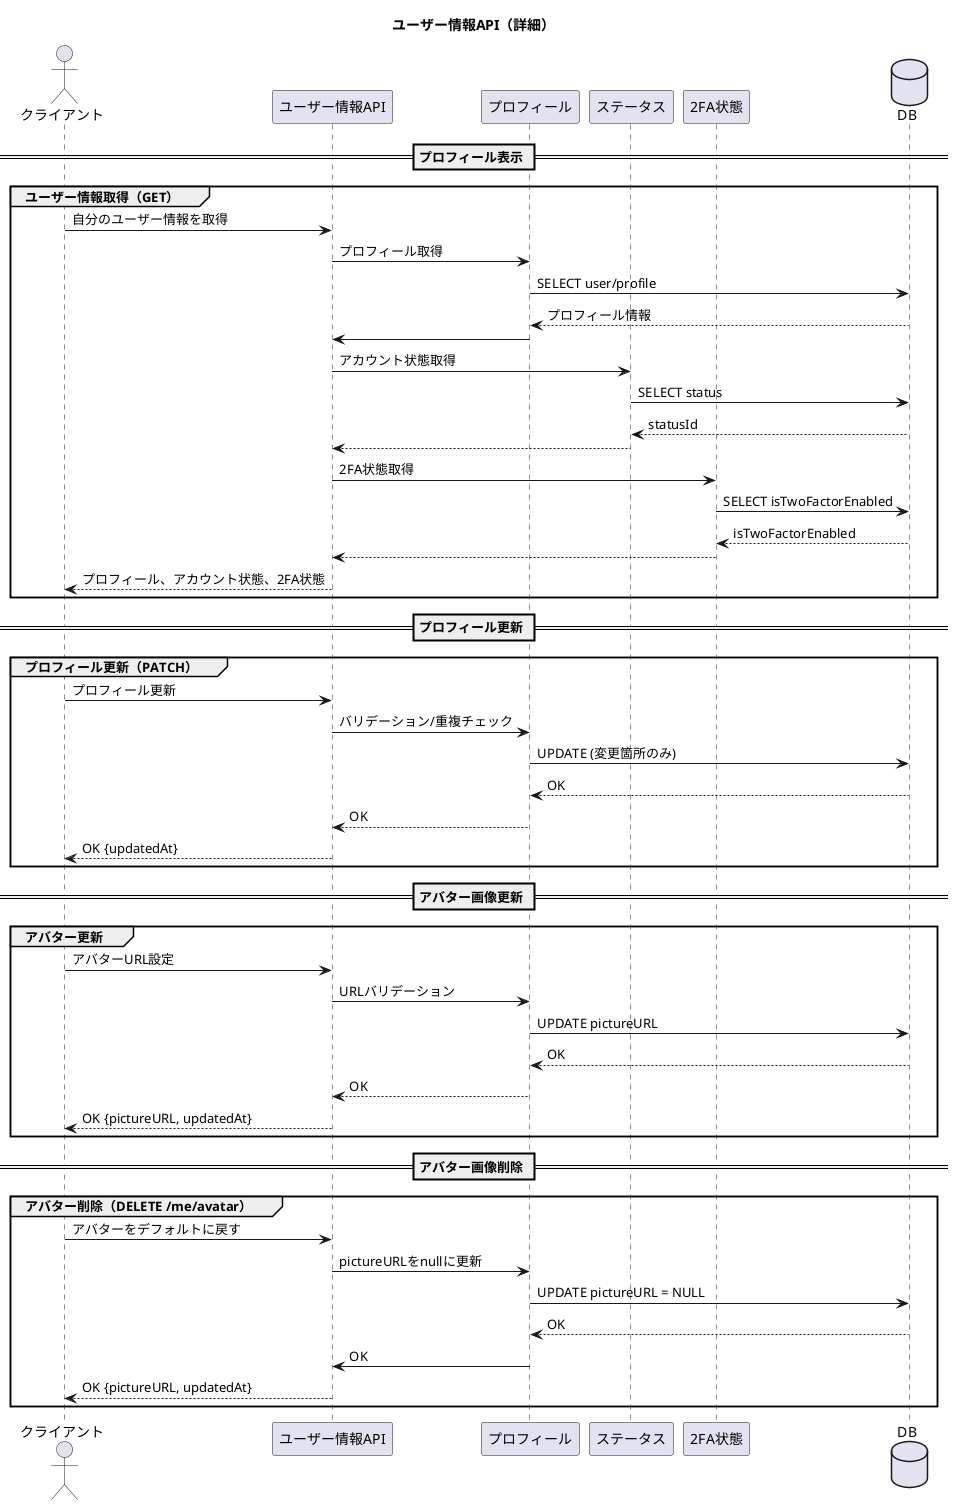
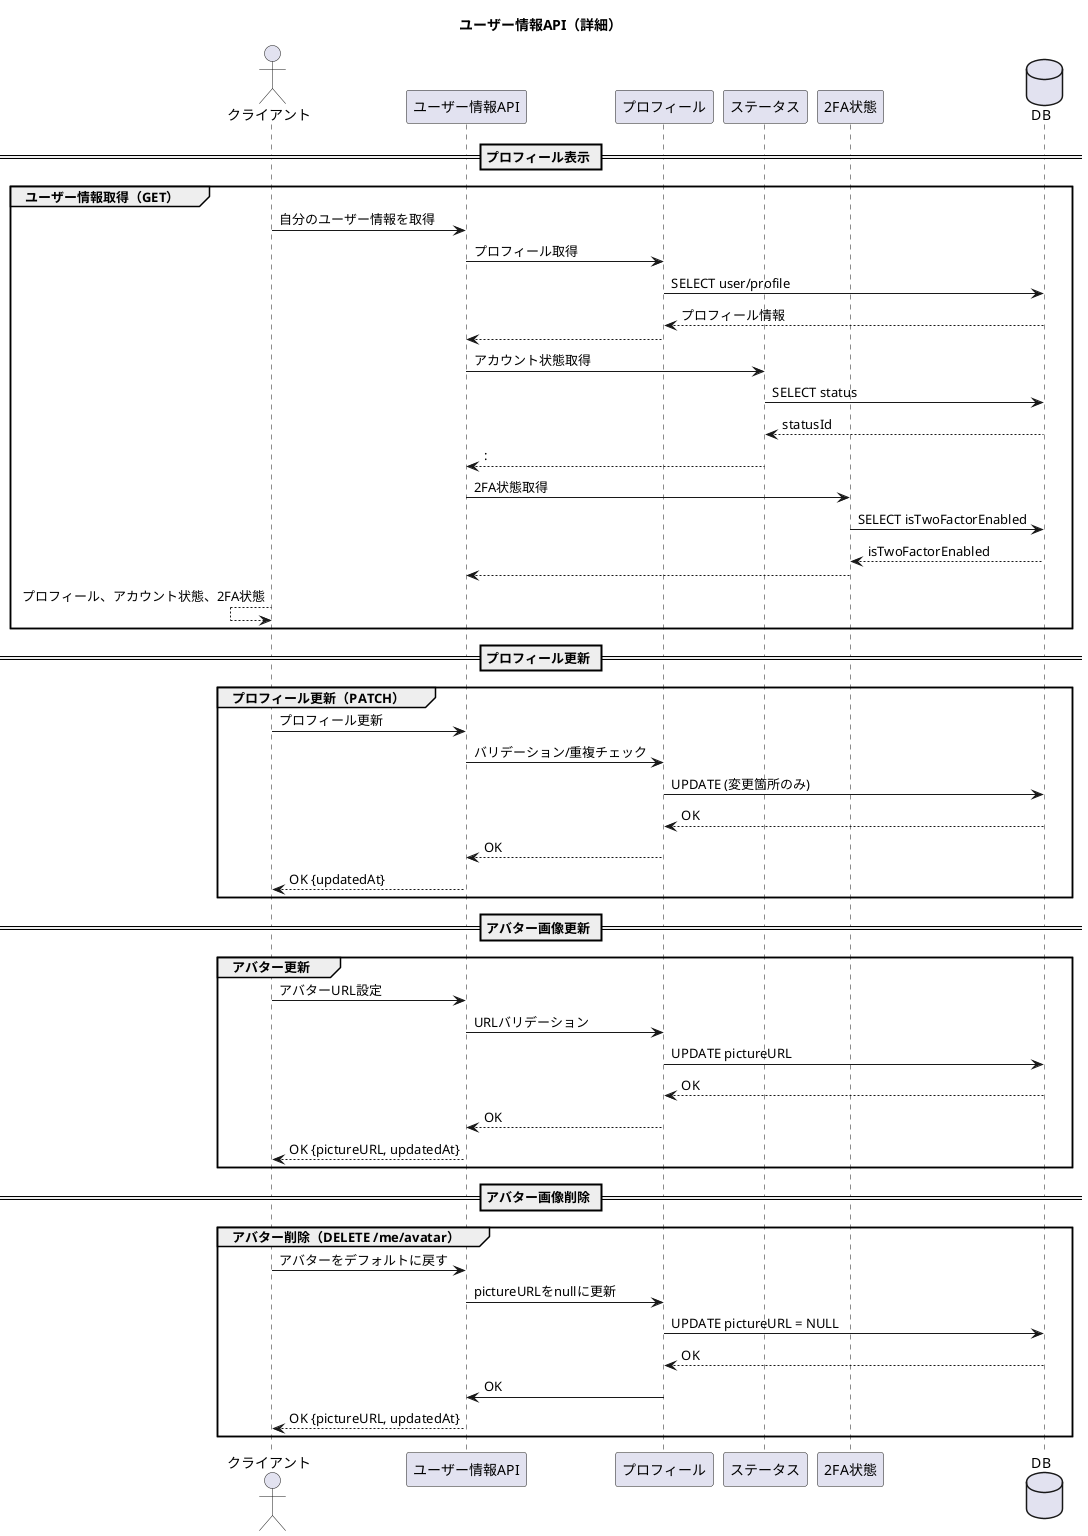
@startuml
title ユーザー情報API（詳細）

actor       クライアント as client
participant "ユーザー情報API" as user_info_api
participant "プロフィール" as profile
participant "ステータス" as status
participant "2FA状態" as twofacter
database    "DB" as db

== プロフィール表示 ==
group ユーザー情報取得（GET）
-   client -> user_info_api: 自分のユーザー情報を取得
-   user_info_api -> profile: プロフィール取得
-   profile -> db: SELECT user/profile
-   db --> profile: プロフィール情報
-   profile -> user_info_api:
+   client ->  user_info_api: 自分のユーザー情報を取得
+     user_info_api -> profile: プロフィール取得
+       profile ->  db: SELECT user/profile
+       profile <-- db: プロフィール情報
+     user_info_api <-- profile:

-   user_info_api -> status: アカウント状態取得
-   status -> db: SELECT status
-   db --> status: statusId
-   status --> user_info_api:
+     user_info_api ->  status: アカウント状態取得
+       status ->  db: SELECT status
+       status <-- db: statusId
+     user_info_api <-- status::

-   user_info_api -> twofacter: 2FA状態取得
-   twofacter -> db: SELECT isTwoFactorEnabled
-   db --> twofacter: isTwoFactorEnabled
-   twofacter --> user_info_api:
+     user_info_api ->  twofacter: 2FA状態取得
+       twofacter ->  db: SELECT isTwoFactorEnabled
+       twofacter <-- db: isTwoFactorEnabled
+     user_info_api <-- twofacter:

-   user_info_api --> client: プロフィール、アカウント状態、2FA状態
+   client <-- client: プロフィール、アカウント状態、2FA状態
end group

== プロフィール更新 ==
group プロフィール更新（PATCH）
  client -> user_info_api: プロフィール更新
  user_info_api -> profile: バリデーション/重複チェック
  profile -> db: UPDATE (変更箇所のみ)
  db --> profile: OK
  profile --> user_info_api: OK
  user_info_api --> client: OK {updatedAt}
end group

== アバター画像更新 ==
group アバター更新
  client -> user_info_api: アバターURL設定
  user_info_api -> profile: URLバリデーション
  profile -> db: UPDATE pictureURL
  db --> profile: OK
  profile --> user_info_api: OK
  user_info_api --> client: OK {pictureURL, updatedAt}
end group

== アバター画像削除 ==
group アバター削除（DELETE /me/avatar）
  client -> user_info_api: アバターをデフォルトに戻す
  user_info_api -> profile: pictureURLをnullに更新
  profile -> db: UPDATE pictureURL = NULL
  db --> profile: OK
  profile -> user_info_api: OK
  user_info_api --> client: OK {pictureURL, updatedAt}
end group

@enduml
